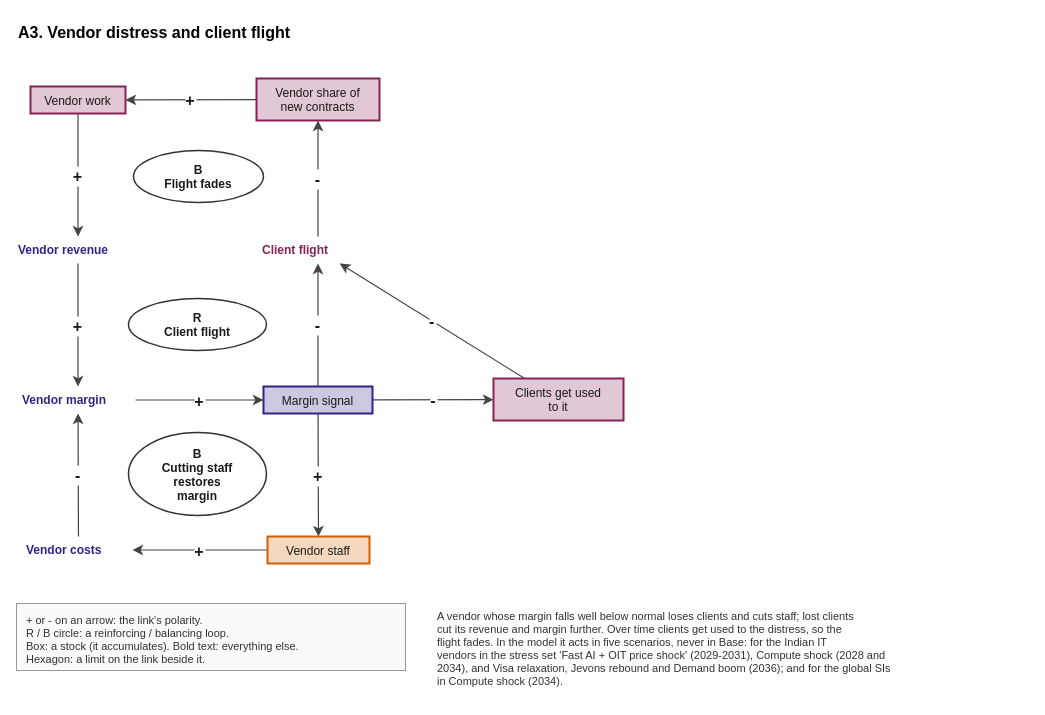
The draw.io diagram docs/model/diagrams/article-a3.drawio in stravoris-tech/ai-it-labour-sim, before the edit. Source tidied: cells renumbered, new cells numbered last; positions are measured from the earlier drawing's top-left corner, leaving out a move shared by most shapes. Both pictures are drawn from the tidied source at 100%, with x=0, y=0 at pixel (16, 16).
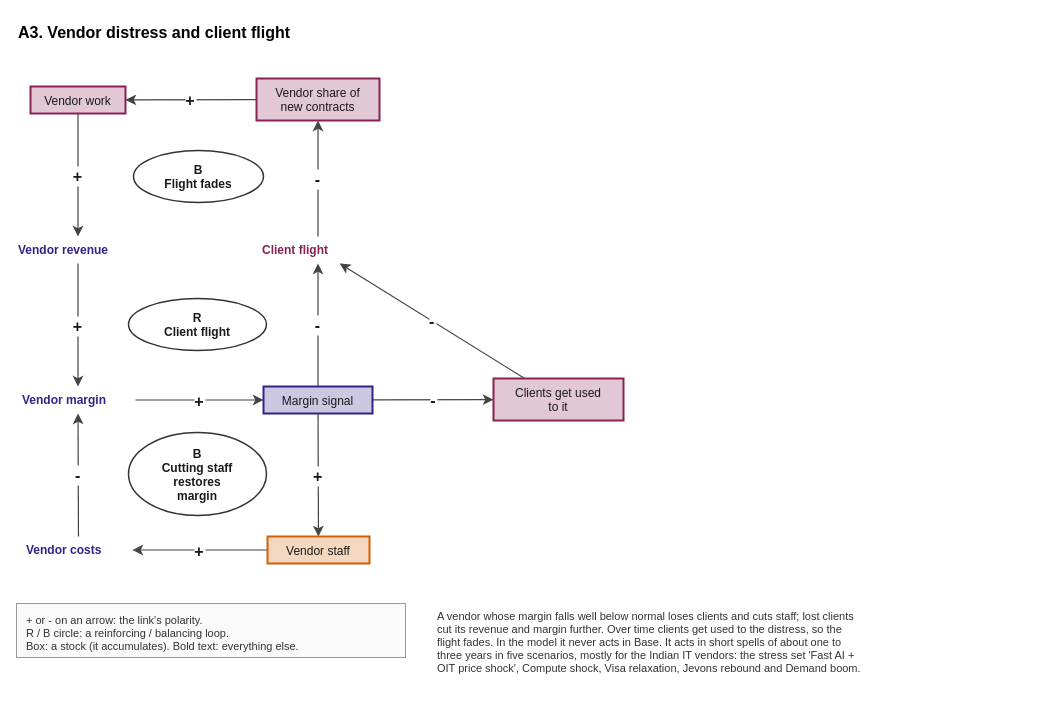
The same diagram, later.

Diff of the diagram source:
```diff
@@
-    <mxCell id="26" value="+ or - on an arrow: the link's polarity.&#10;R / B circle: a reinforcing / balancing loop.&#10;Box: a stock (it accumulates). Bold text: everything else.&#10;Hexagon: a limit on the link beside it." style="html=0;fontFamily=Helvetica;fontSize=12;text;align=left;verticalAlign=top;spacingLeft=8;spacingTop=4;fontSize=11;strokeColor=#999999;fillColor=#FAFAFA;fontColor=#333333;" parent="1" vertex="1">
-      <mxGeometry y="587" width="389" height="67" as="geometry" />
+    <mxCell id="26" value="+ or - on an arrow: the link's polarity.&#10;R / B circle: a reinforcing / balancing loop.&#10;Box: a stock (it accumulates). Bold text: everything else." style="html=0;fontFamily=Helvetica;fontSize=12;text;align=left;verticalAlign=top;spacingLeft=8;spacingTop=4;fontSize=11;strokeColor=#999999;fillColor=#FAFAFA;fontColor=#333333;" parent="1" vertex="1">
+      <mxGeometry y="587" width="389" height="54" as="geometry" />
     </mxCell>
-    <mxCell id="27" value="A vendor whose margin falls well below normal loses clients and cuts staff; lost clients&#10;cut its revenue and margin further. Over time clients get used to the distress, so the&#10;flight fades. In the model it acts in five scenarios, never in Base: for the Indian IT&#10;vendors in the stress set 'Fast AI + OIT price shock' (2029-2031), Compute shock (2028 and&#10;2034), and Visa relaxation, Jevons rebound and Demand boom (2036); and for the global SIs&#10;in Compute shock (2034)." style="html=0;fontFamily=Helvetica;fontSize=12;text;align=left;verticalAlign=top;fontSize=11;strokeColor=none;fillColor=none;fontColor=#333333;" parent="1" vertex="1">
-      <mxGeometry x="419" y="587" width="593" height="95" as="geometry" />
+    <mxCell id="27" value="A vendor whose margin falls well below normal loses clients and cuts staff; lost clients&#10;cut its revenue and margin further. Over time clients get used to the distress, so the&#10;flight fades. In the model it never acts in Base. It acts in short spells of about one to&#10;three years in five scenarios, mostly for the Indian IT vendors: the stress set 'Fast AI +&#10;OIT price shock', Compute shock, Visa relaxation, Jevons rebound and Demand boom." style="html=0;fontFamily=Helvetica;fontSize=12;text;align=left;verticalAlign=top;fontSize=11;strokeColor=none;fillColor=none;fontColor=#333333;" parent="1" vertex="1">
+      <mxGeometry x="419" y="587" width="593" height="81" as="geometry" />
     </mxCell>
```
